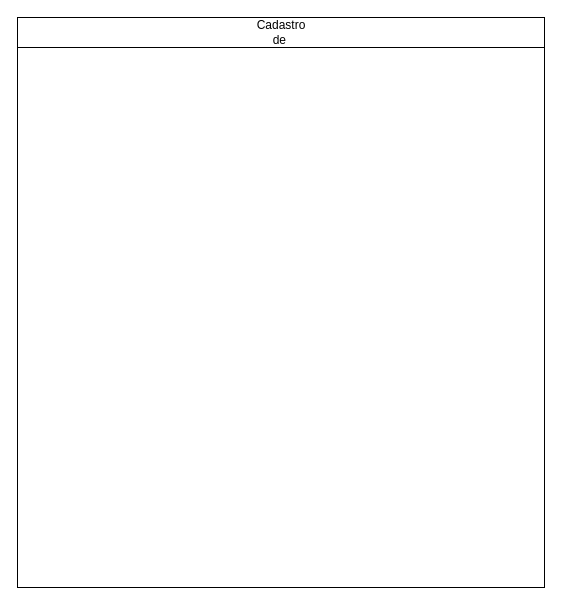
This is page "Page-3" (3 of 3) of fluxogramas/fluxograma_rebuild_plants.drawio from caioliveira277/drawio-fluxogramas, a draw.io file, before an edit. Source tidied: cells renumbered, new cells numbered last; positions are measured from the earlier drawing's top-left corner, leaving out a move shared by most shapes. Both pictures are drawn from the tidied source at 100%, with x=0, y=0 at pixel (17, 17).
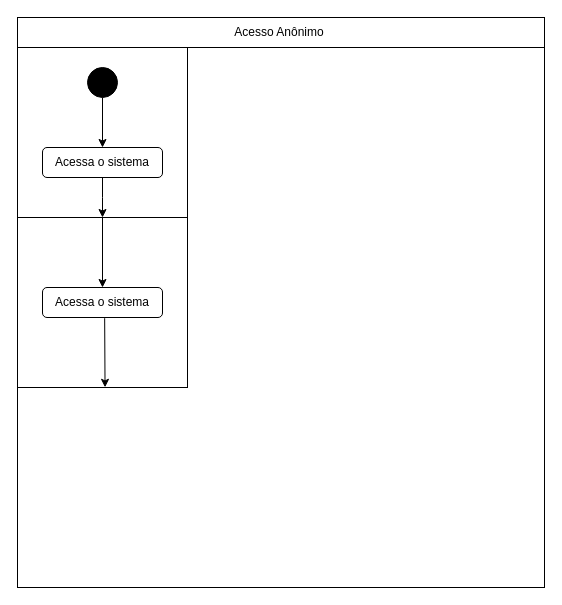
Above is the later version.

Change to the diagram source:
```diff
@@
 <mxGraphModel>
   <root>
     <mxCell id="0" />
     <mxCell id="1" parent="0" />
     <mxCell id="2" style="rounded=0;whiteSpace=wrap;html=1;fillColor=#ffffff;" parent="1" vertex="1">
       <mxGeometry width="527" height="570" as="geometry" />
     </mxCell>
     <mxCell id="3" style="rounded=0;whiteSpace=wrap;html=1;fillColor=none;strokeColor=#000000;" parent="1" vertex="1">
       <mxGeometry width="527" height="30" as="geometry" />
     </mxCell>
-    <mxCell id="4" value="Cadastro de&amp;nbsp;" style="text;html=1;align=center;verticalAlign=middle;whiteSpace=wrap;rounded=0;fontColor=#000000;" parent="1" vertex="1">
-      <mxGeometry x="243.5" y="5" width="40" height="20" as="geometry" />
+    <mxCell id="4" value="Acesso Anônimo" style="text;html=1;align=center;verticalAlign=middle;whiteSpace=wrap;rounded=0;fontColor=#000000;" parent="1" vertex="1">
+      <mxGeometry x="210" y="7.5" width="103.5" height="15" as="geometry" />
     </mxCell>
+    <mxCell id="5" style="whiteSpace=wrap;html=1;fillColor=none;strokeColor=#000000;" parent="1" vertex="1">
+      <mxGeometry y="30" width="170" height="170" as="geometry" />
+    </mxCell>
+    <mxCell id="6" style="edgeStyle=orthogonalEdgeStyle;rounded=0;jettySize=auto;html=1;entryX=0.5;entryY=0;entryDx=0;entryDy=0;strokeColor=#000000;" parent="1" edge="1" source="7" target="9">
+      <mxGeometry relative="1" as="geometry" />
+    </mxCell>
+    <mxCell id="7" style="ellipse;whiteSpace=wrap;html=1;strokeColor=#000000;fillColor=#000000;" parent="1" vertex="1">
+      <mxGeometry x="70" y="50" width="30" height="30" as="geometry" />
+    </mxCell>
+    <mxCell id="8" style="edgeStyle=orthogonalEdgeStyle;rounded=0;jettySize=auto;html=1;strokeColor=#000000;" parent="1" edge="1" source="9">
+      <mxGeometry relative="1" as="geometry">
+        <mxPoint x="85" y="200" as="targetPoint" />
+      </mxGeometry>
+    </mxCell>
+    <mxCell id="9" value="&lt;font color=&quot;#000000&quot;&gt;Acessa o sistema&lt;/font&gt;" style="rounded=1;whiteSpace=wrap;html=1;fillColor=none;strokeColor=#000000;" parent="1" vertex="1">
+      <mxGeometry x="25" y="130" width="120" height="30" as="geometry" />
+    </mxCell>
+    <mxCell id="10" style="whiteSpace=wrap;html=1;fillColor=none;strokeColor=#000000;" parent="1" vertex="1">
+      <mxGeometry y="200" width="170" height="170" as="geometry" />
+    </mxCell>
+    <mxCell id="11" value="&lt;font color=&quot;#000000&quot;&gt;Acessa o sistema&lt;/font&gt;" style="rounded=1;whiteSpace=wrap;html=1;fillColor=none;strokeColor=#000000;" parent="1" vertex="1">
+      <mxGeometry x="25" y="270" width="120" height="30" as="geometry" />
+    </mxCell>
+    <mxCell id="12" style="endArrow=classic;html=1;strokeColor=#000000;exitX=0.5;exitY=0;exitDx=0;exitDy=0;" parent="1" edge="1" source="10">
+      <mxGeometry relative="1" as="geometry">
+        <mxPoint x="85" y="270" as="targetPoint" />
+      </mxGeometry>
+    </mxCell>
+    <mxCell id="13" style="endArrow=classic;html=1;strokeColor=#000000;entryX=0.515;entryY=0.999;entryDx=0;entryDy=0;entryPerimeter=0;exitX=0.518;exitY=1.023;exitDx=0;exitDy=0;exitPerimeter=0;" parent="1" edge="1" source="11" target="10">
+      <mxGeometry relative="1" as="geometry" />
+    </mxCell>
   </root>
 </mxGraphModel>
```
